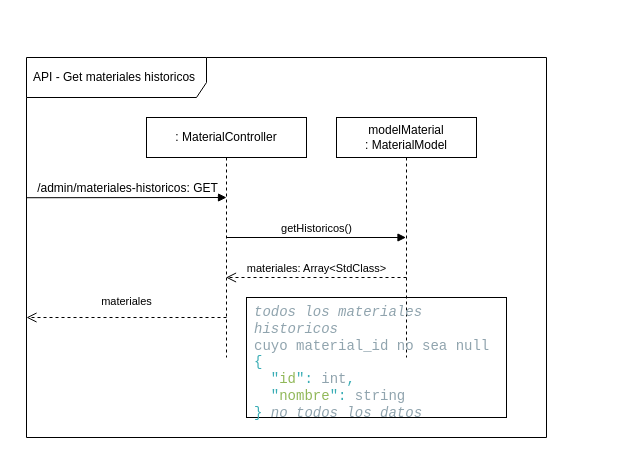
This is page "admin_materiales-historicos_get" (4 of 9) of Artefactos/Diagramas/diagrama-clases.drawio from Evynith/Entregable-Metodologias, a draw.io file, before an edit. Source tidied: cells renumbered, new cells numbered last; positions are measured from the earlier drawing's top-left corner, leaving out a move shared by most shapes. Both pictures are drawn from the tidied source at 100%, with x=0, y=0 at pixel (26, 57).
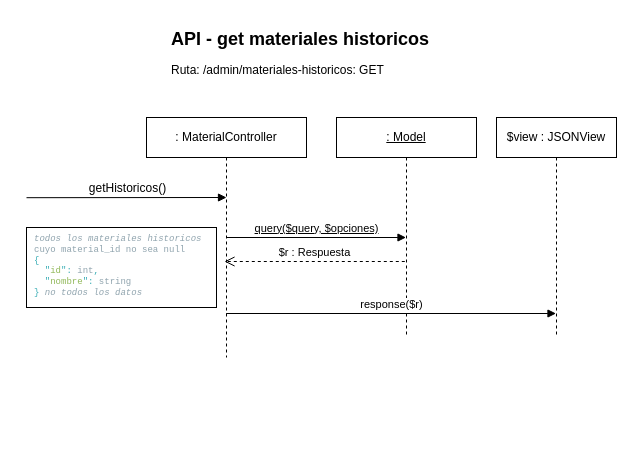
After the change.

Diff of the diagram source:
```diff
@@
 <mxGraphModel>
   <root>
     <mxCell id="0" />
     <mxCell id="1" parent="0" />
-    <mxCell id="2" value="API - Get materiales historicos" style="shape=umlFrame;whiteSpace=wrap;html=1;width=180;height=40;boundedLbl=1;verticalAlign=middle;align=left;spacingLeft=5;" parent="1" vertex="1">
-      <mxGeometry width="520" height="380" as="geometry" />
-    </mxCell>
     <mxCell id="3" value=": MaterialController" style="shape=umlLifeline;perimeter=lifelinePerimeter;whiteSpace=wrap;html=1;outlineConnect=0;" parent="1" vertex="1">
       <mxGeometry x="120" y="60" width="160" height="240" as="geometry" />
     </mxCell>
-    <mxCell id="4" value="modelMaterial&lt;br&gt;: MaterialModel" style="shape=umlLifeline;perimeter=lifelinePerimeter;whiteSpace=wrap;html=1;outlineConnect=0;" parent="1" vertex="1">
-      <mxGeometry x="310" y="60" width="140" height="240" as="geometry" />
-    </mxCell>
-    <mxCell id="5" value="&lt;span style=&quot;font-family: &amp;#34;helvetica&amp;#34; ; font-size: 12px ; text-align: left&quot;&gt;/admin/materiales-historicos: GET&lt;/span&gt;" style="html=1;verticalAlign=bottom;endArrow=block;exitX=0;exitY=0.369;exitDx=0;exitDy=0;exitPerimeter=0;" parent="1" edge="1" source="2">
+    <mxCell id="5" value="&lt;span style=&quot;font-family: &amp;#34;helvetica&amp;#34; ; font-size: 12px ; text-align: left&quot;&gt;getHistoricos()&lt;/span&gt;" style="html=1;verticalAlign=bottom;endArrow=block;exitX=0;exitY=0.369;exitDx=0;exitDy=0;exitPerimeter=0;" parent="1" edge="1">
       <mxGeometry x="0.01" relative="1" as="geometry">
+        <mxPoint y="140.2" as="sourcePoint" />
         <mxPoint x="200" y="140" as="targetPoint" />
       </mxGeometry>
     </mxCell>
-    <mxCell id="6" value="getHistoricos()" style="html=1;verticalAlign=bottom;endArrow=block;" parent="1" edge="1" target="4">
-      <mxGeometry relative="1" as="geometry">
-        <mxPoint x="200" y="180" as="sourcePoint" />
-      </mxGeometry>
-    </mxCell>
-    <mxCell id="7" value="materiales: Array&amp;lt;StdClass&amp;gt;" style="html=1;verticalAlign=bottom;endArrow=open;dashed=1;endSize=8;" parent="1" edge="1" target="3">
-      <mxGeometry relative="1" as="geometry">
-        <mxPoint x="380" y="220" as="sourcePoint" />
-      </mxGeometry>
-    </mxCell>
-    <mxCell id="8" value="materiales" style="html=1;verticalAlign=bottom;endArrow=open;dashed=1;endSize=8;" parent="1" edge="1">
-      <mxGeometry y="-7" relative="1" as="geometry">
-        <mxPoint x="200" y="260" as="sourcePoint" />
-        <mxPoint y="260" as="targetPoint" />
-      </mxGeometry>
-    </mxCell>
-    <mxCell id="9" value="&lt;div style=&quot;color: rgb(144 , 164 , 174) ; font-family: &amp;#34;consolas&amp;#34; , &amp;#34;courier new&amp;#34; , monospace ; font-size: 14px ; font-style: normal ; font-weight: 400 ; letter-spacing: normal ; text-align: left ; text-indent: 0px ; text-transform: none ; word-spacing: 0px&quot;&gt;&lt;span style=&quot;font-style: italic&quot;&gt;todos&amp;nbsp;los&amp;nbsp;materiales historicos&lt;br&gt;&lt;/span&gt;&lt;span style=&quot;color: rgb(144 , 164 , 174)&quot;&gt;cuyo material_id no sea null&lt;/span&gt;&lt;/div&gt;&lt;div style=&quot;color: rgb(144 , 164 , 174) ; font-family: &amp;#34;consolas&amp;#34; , &amp;#34;courier new&amp;#34; , monospace ; font-size: 14px ; font-style: normal ; font-weight: 400 ; letter-spacing: normal ; text-align: left ; text-indent: 0px ; text-transform: none ; word-spacing: 0px&quot;&gt;&lt;span style=&quot;color: rgb(57 , 173 , 181)&quot;&gt;{&lt;/span&gt;&lt;span&gt;&amp;nbsp;&lt;/span&gt;&lt;span style=&quot;color: rgb(144 , 164 , 174)&quot;&gt;&lt;br&gt;&lt;/span&gt;&lt;/div&gt;&lt;div style=&quot;color: rgb(144 , 164 , 174) ; font-family: &amp;#34;consolas&amp;#34; , &amp;#34;courier new&amp;#34; , monospace ; font-size: 14px ; font-style: normal ; font-weight: 400 ; letter-spacing: normal ; text-align: left ; text-indent: 0px ; text-transform: none ; word-spacing: 0px&quot;&gt;&lt;span style=&quot;color: rgb(144 , 164 , 174)&quot;&gt;&amp;nbsp;&amp;nbsp;&lt;/span&gt;&lt;span style=&quot;color: rgb(57 , 173 , 181)&quot;&gt;&quot;&lt;/span&gt;&lt;span style=&quot;color: rgb(145 , 184 , 89)&quot;&gt;id&lt;/span&gt;&lt;span style=&quot;color: rgb(57 , 173 , 181)&quot;&gt;&quot;&lt;/span&gt;&lt;span style=&quot;color: rgb(57 , 173 , 181)&quot;&gt;:&lt;/span&gt;&lt;span style=&quot;color: rgb(144 , 164 , 174)&quot;&gt;&amp;nbsp;int&lt;/span&gt;&lt;span style=&quot;color: rgb(57 , 173 , 181)&quot;&gt;,&lt;/span&gt;&lt;/div&gt;&lt;div style=&quot;color: rgb(144 , 164 , 174) ; font-family: &amp;#34;consolas&amp;#34; , &amp;#34;courier new&amp;#34; , monospace ; font-size: 14px ; font-style: normal ; font-weight: 400 ; letter-spacing: normal ; text-align: left ; text-indent: 0px ; text-transform: none ; word-spacing: 0px&quot;&gt;&lt;span style=&quot;color: rgb(144 , 164 , 174)&quot;&gt;&amp;nbsp;&amp;nbsp;&lt;/span&gt;&lt;span style=&quot;color: rgb(57 , 173 , 181)&quot;&gt;&quot;&lt;/span&gt;&lt;span style=&quot;color: rgb(145 , 184 , 89)&quot;&gt;nombre&lt;/span&gt;&lt;span style=&quot;color: rgb(57 , 173 , 181)&quot;&gt;&quot;&lt;/span&gt;&lt;span style=&quot;color: rgb(57 , 173 , 181)&quot;&gt;:&lt;/span&gt;&lt;span style=&quot;color: rgb(144 , 164 , 174)&quot;&gt;&amp;nbsp;string&lt;/span&gt;&lt;/div&gt;&lt;div style=&quot;color: rgb(144 , 164 , 174) ; font-family: &amp;#34;consolas&amp;#34; , &amp;#34;courier new&amp;#34; , monospace ; font-size: 14px ; font-style: normal ; font-weight: 400 ; letter-spacing: normal ; text-align: left ; text-indent: 0px ; text-transform: none ; word-spacing: 0px&quot;&gt;&lt;span style=&quot;color: rgb(57 , 173 , 181)&quot;&gt;}&amp;nbsp;&lt;/span&gt;&lt;span style=&quot;color: rgb(144 , 164 , 174) ; font-style: italic&quot;&gt;no&amp;nbsp;todos&amp;nbsp;los&amp;nbsp;datos&lt;/span&gt;&lt;/div&gt;" style="text;whiteSpace=wrap;html=1;fontSize=10;strokeColor=#000000;spacingLeft=6;" parent="1" vertex="1">
-      <mxGeometry x="220" y="240" width="260" height="120" as="geometry" />
+    <mxCell id="9" value="&lt;div style=&quot;color: rgb(144, 164, 174); font-family: consolas, &amp;quot;courier new&amp;quot;, monospace; font-style: normal; font-weight: 400; letter-spacing: normal; text-align: left; text-indent: 0px; text-transform: none; word-spacing: 0px; font-size: 9px;&quot;&gt;&lt;font style=&quot;font-size: 9px;&quot;&gt;&lt;span style=&quot;font-style: italic; font-size: 9px;&quot;&gt;todos&amp;nbsp;los&amp;nbsp;materiales historicos&lt;br style=&quot;font-size: 9px;&quot;&gt;&lt;/span&gt;&lt;span style=&quot;color: rgb(144, 164, 174); font-size: 9px;&quot;&gt;cuyo material_id no sea null&lt;/span&gt;&lt;/font&gt;&lt;/div&gt;&lt;div style=&quot;color: rgb(144, 164, 174); font-family: consolas, &amp;quot;courier new&amp;quot;, monospace; font-style: normal; font-weight: 400; letter-spacing: normal; text-align: left; text-indent: 0px; text-transform: none; word-spacing: 0px; font-size: 9px;&quot;&gt;&lt;font style=&quot;font-size: 9px;&quot;&gt;&lt;span style=&quot;color: rgb(57, 173, 181); font-size: 9px;&quot;&gt;{&lt;/span&gt;&lt;span style=&quot;font-size: 9px;&quot;&gt;&amp;nbsp;&lt;/span&gt;&lt;span style=&quot;color: rgb(144, 164, 174); font-size: 9px;&quot;&gt;&lt;br style=&quot;font-size: 9px;&quot;&gt;&lt;/span&gt;&lt;/font&gt;&lt;/div&gt;&lt;div style=&quot;color: rgb(144, 164, 174); font-family: consolas, &amp;quot;courier new&amp;quot;, monospace; font-style: normal; font-weight: 400; letter-spacing: normal; text-align: left; text-indent: 0px; text-transform: none; word-spacing: 0px; font-size: 9px;&quot;&gt;&lt;font style=&quot;font-size: 9px;&quot;&gt;&lt;span style=&quot;color: rgb(144, 164, 174); font-size: 9px;&quot;&gt;&amp;nbsp;&amp;nbsp;&lt;/span&gt;&lt;span style=&quot;color: rgb(57, 173, 181); font-size: 9px;&quot;&gt;&quot;&lt;/span&gt;&lt;span style=&quot;color: rgb(145, 184, 89); font-size: 9px;&quot;&gt;id&lt;/span&gt;&lt;span style=&quot;color: rgb(57, 173, 181); font-size: 9px;&quot;&gt;&quot;&lt;/span&gt;&lt;span style=&quot;color: rgb(57, 173, 181); font-size: 9px;&quot;&gt;:&lt;/span&gt;&lt;span style=&quot;color: rgb(144, 164, 174); font-size: 9px;&quot;&gt;&amp;nbsp;int&lt;/span&gt;&lt;span style=&quot;color: rgb(57, 173, 181); font-size: 9px;&quot;&gt;,&lt;/span&gt;&lt;/font&gt;&lt;/div&gt;&lt;div style=&quot;color: rgb(144, 164, 174); font-family: consolas, &amp;quot;courier new&amp;quot;, monospace; font-style: normal; font-weight: 400; letter-spacing: normal; text-align: left; text-indent: 0px; text-transform: none; word-spacing: 0px; font-size: 9px;&quot;&gt;&lt;font style=&quot;font-size: 9px;&quot;&gt;&lt;span style=&quot;color: rgb(144, 164, 174); font-size: 9px;&quot;&gt;&amp;nbsp;&amp;nbsp;&lt;/span&gt;&lt;span style=&quot;color: rgb(57, 173, 181); font-size: 9px;&quot;&gt;&quot;&lt;/span&gt;&lt;span style=&quot;color: rgb(145, 184, 89); font-size: 9px;&quot;&gt;nombre&lt;/span&gt;&lt;span style=&quot;color: rgb(57, 173, 181); font-size: 9px;&quot;&gt;&quot;&lt;/span&gt;&lt;span style=&quot;color: rgb(57, 173, 181); font-size: 9px;&quot;&gt;:&lt;/span&gt;&lt;span style=&quot;color: rgb(144, 164, 174); font-size: 9px;&quot;&gt;&amp;nbsp;string&lt;/span&gt;&lt;/font&gt;&lt;/div&gt;&lt;div style=&quot;color: rgb(144, 164, 174); font-family: consolas, &amp;quot;courier new&amp;quot;, monospace; font-style: normal; font-weight: 400; letter-spacing: normal; text-align: left; text-indent: 0px; text-transform: none; word-spacing: 0px; font-size: 9px;&quot;&gt;&lt;font style=&quot;font-size: 9px;&quot;&gt;&lt;span style=&quot;color: rgb(57, 173, 181); font-size: 9px;&quot;&gt;}&amp;nbsp;&lt;/span&gt;&lt;span style=&quot;color: rgb(144, 164, 174); font-style: italic; font-size: 9px;&quot;&gt;no&amp;nbsp;todos&amp;nbsp;los&amp;nbsp;datos&lt;/span&gt;&lt;/font&gt;&lt;/div&gt;" style="text;whiteSpace=wrap;html=1;fontSize=9;strokeColor=#000000;spacingLeft=6;" parent="1" vertex="1">
+      <mxGeometry y="170" width="190" height="80" as="geometry" />
     </mxCell>
+    <mxCell id="10" value="&lt;h1&gt;API - get materiales historicos&lt;/h1&gt;&lt;span style=&quot;font-family: &amp;#34;helvetica&amp;#34; ; font-size: 12px ; background-color: rgb(255 , 255 , 255)&quot;&gt;Ruta: /admin/materiales-historicos: GET&lt;/span&gt;" style="text;html=1;strokeColor=none;fillColor=none;spacing=5;spacingTop=-20;whiteSpace=wrap;overflow=hidden;rounded=0;fontSize=9;opacity=0;" parent="1" vertex="1">
+      <mxGeometry x="140" y="-30" width="300" height="60" as="geometry" />
+    </mxCell>
+    <mxCell id="11" value=": Model" style="shape=umlLifeline;perimeter=lifelinePerimeter;whiteSpace=wrap;html=1;outlineConnect=0;fontStyle=4;" parent="1" vertex="1">
+      <mxGeometry x="310" y="60" width="140" height="220" as="geometry" />
+    </mxCell>
+    <mxCell id="12" value="query($query, $opciones)" style="html=1;verticalAlign=bottom;endArrow=block;fontStyle=4;" parent="1" edge="1" target="11">
+      <mxGeometry relative="1" as="geometry">
+        <mxPoint x="200" y="180" as="sourcePoint" />
+      </mxGeometry>
+    </mxCell>
+    <mxCell id="13" value="$r : Respuesta" style="html=1;verticalAlign=bottom;endArrow=open;dashed=1;endSize=8;" parent="1" edge="1">
+      <mxGeometry relative="1" as="geometry">
+        <mxPoint x="378.3" y="204" as="sourcePoint" />
+        <mxPoint x="198" y="204" as="targetPoint" />
+      </mxGeometry>
+    </mxCell>
+    <mxCell id="14" value="$view : JSONView" style="shape=umlLifeline;perimeter=lifelinePerimeter;whiteSpace=wrap;html=1;outlineConnect=0;" parent="1" vertex="1">
+      <mxGeometry x="470" y="60" width="120" height="220" as="geometry" />
+    </mxCell>
+    <mxCell id="15" value="response($r)" style="html=1;verticalAlign=bottom;endArrow=block;fontStyle=0;" parent="1" edge="1" target="14">
+      <mxGeometry relative="1" as="geometry">
+        <mxPoint x="199.7" y="256" as="sourcePoint" />
+      </mxGeometry>
+    </mxCell>
   </root>
 </mxGraphModel>
```
